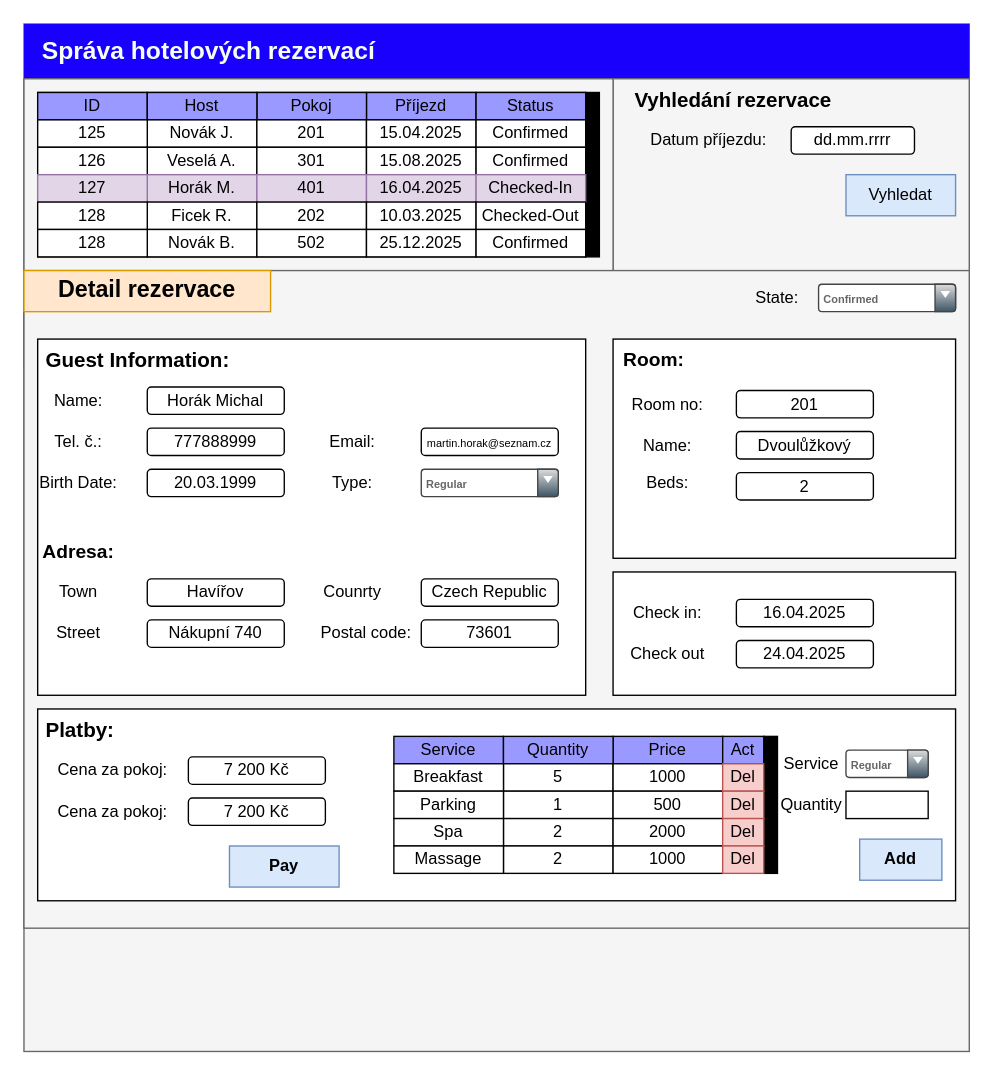
Above: 4_semestr/DS 2/projekt/formular.drawio in elsnoxx/VSB (draw.io), before the change. Source tidied: cells renumbered, new cells numbered last; positions are measured from the earlier drawing's top-left corner, leaving out a move shared by most shapes. Both pictures are drawn from the tidied source at 137%, with x=0, y=0 at pixel (23, 23).
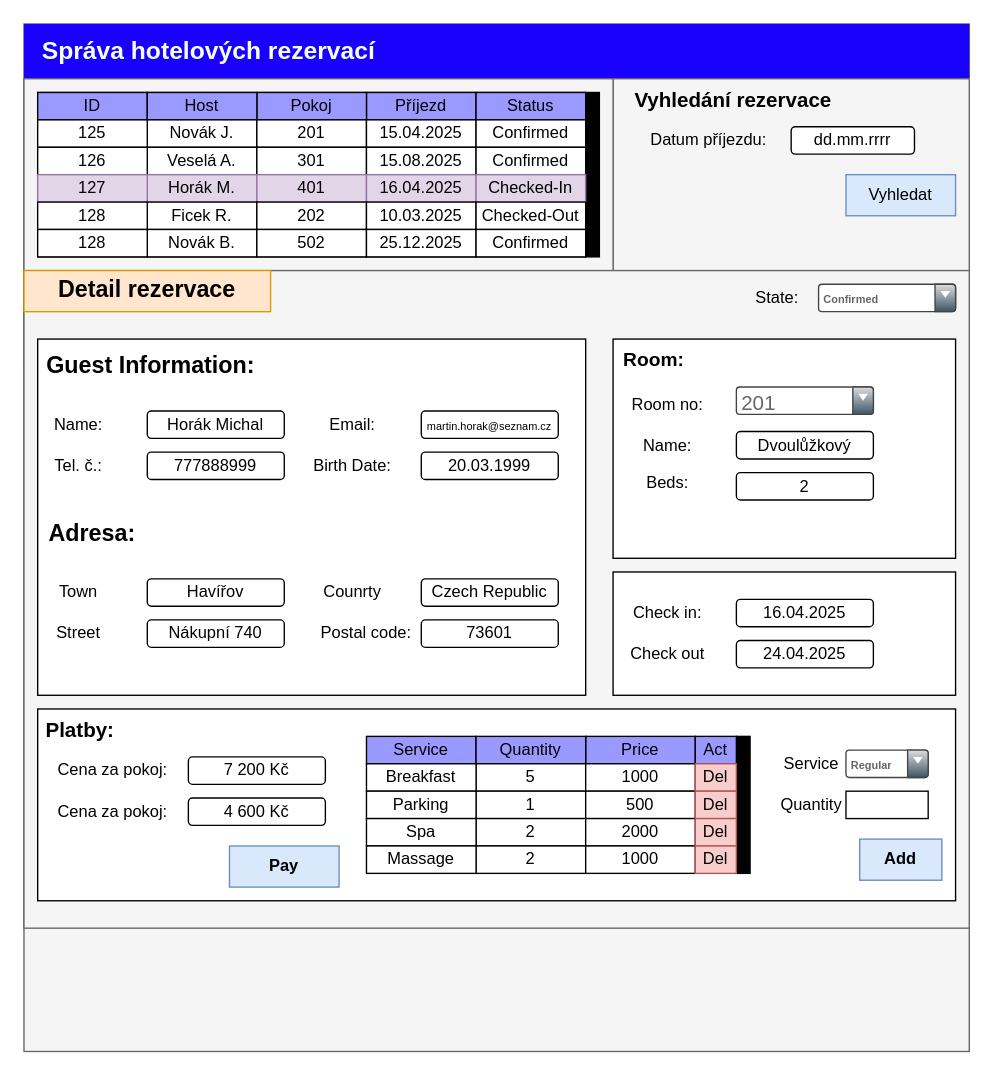
Above is the later version.

What changed in the source:
```diff
@@
-    <mxCell id="49" value="&lt;font style=&quot;font-size: 15px;&quot;&gt;&lt;b&gt;&amp;nbsp;Guest Information:&lt;/b&gt;&lt;/font&gt;" style="text;html=1;align=left;verticalAlign=middle;whiteSpace=wrap;rounded=0;" parent="1" vertex="1">
-      <mxGeometry x="10" y="230" width="200" height="30" as="geometry" />
+    <mxCell id="49" value="&lt;font style=&quot;font-size: 17px;&quot;&gt;&lt;b style=&quot;&quot;&gt;&amp;nbsp;Guest Information:&lt;/b&gt;&lt;/font&gt;" style="text;html=1;align=left;verticalAlign=middle;whiteSpace=wrap;rounded=0;" parent="1" vertex="1">
+      <mxGeometry x="10" y="235" width="200" height="30" as="geometry" />
     </mxCell>
-    <mxCell id="50" value="&lt;b&gt;Adresa:&lt;/b&gt;" style="text;html=1;align=center;verticalAlign=middle;whiteSpace=wrap;rounded=0;fontSize=14;" parent="1" vertex="1">
-      <mxGeometry x="10" y="370" width="60" height="30" as="geometry" />
+    <mxCell id="50" value="&lt;b&gt;&lt;font style=&quot;font-size: 17px;&quot;&gt;Adresa:&lt;/font&gt;&lt;/b&gt;" style="text;html=1;align=center;verticalAlign=middle;whiteSpace=wrap;rounded=0;fontSize=14;" parent="1" vertex="1">
+      <mxGeometry x="10" y="355" width="80" height="35" as="geometry" />
     </mxCell>
     <mxCell id="51" value="Tel. č.:" style="text;html=1;align=center;verticalAlign=middle;whiteSpace=wrap;rounded=0;" parent="1" vertex="1">
-      <mxGeometry x="10" y="290" width="60" height="30" as="geometry" />
+      <mxGeometry x="10" y="307.5" width="60" height="30" as="geometry" />
     </mxCell>
     <mxCell id="52" value="Name:" style="text;html=1;align=center;verticalAlign=middle;whiteSpace=wrap;rounded=0;" parent="1" vertex="1">
-      <mxGeometry x="10" y="260" width="60" height="30" as="geometry" />
+      <mxGeometry x="10" y="277.5" width="60" height="30" as="geometry" />
     </mxCell>
     <mxCell id="53" value="Email:" style="text;html=1;align=center;verticalAlign=middle;whiteSpace=wrap;rounded=0;" parent="1" vertex="1">
-      <mxGeometry x="210" y="290" width="60" height="30" as="geometry" />
+      <mxGeometry x="210" y="277.5" width="60" height="30" as="geometry" />
     </mxCell>
     <mxCell id="54" value="Birth Date:" style="text;html=1;align=center;verticalAlign=middle;whiteSpace=wrap;rounded=0;" parent="1" vertex="1">
-      <mxGeometry x="10" y="320" width="60" height="30" as="geometry" />
+      <mxGeometry x="210" y="307.5" width="60" height="30" as="geometry" />
     </mxCell>
-    <mxCell id="55" value="Type:" style="text;html=1;align=center;verticalAlign=middle;whiteSpace=wrap;rounded=0;" parent="1" vertex="1">
-      <mxGeometry x="210" y="320" width="60" height="30" as="geometry" />
-    </mxCell>
-    <mxCell id="56" value="&lt;b&gt;Regular&lt;/b&gt;" style="strokeWidth=1;html=1;shadow=0;dashed=0;shape=mxgraph.ios.iComboBox;spacingTop=2;spacingLeft=2;align=left;strokeColor=#444444;fontColor=#666666;buttonText=;fontSize=8;fillColor=#dddddd;fillColor2=#3D5565;sketch=0;whiteSpace=wrap;" parent="1" vertex="1">
-      <mxGeometry x="290" y="325" width="100" height="20" as="geometry" />
-    </mxCell>
     <mxCell id="57" value="20.03.1999" style="rounded=1;whiteSpace=wrap;html=1;" parent="1" vertex="1">
-      <mxGeometry x="90" y="325" width="100" height="20" as="geometry" />
+      <mxGeometry x="290" y="312.5" width="100" height="20" as="geometry" />
     </mxCell>
     <mxCell id="58" value="&lt;font style=&quot;font-size: 8px;&quot;&gt;martin.horak@seznam.cz&lt;/font&gt;" style="rounded=1;whiteSpace=wrap;html=1;" parent="1" vertex="1">
-      <mxGeometry x="290" y="295" width="100" height="20" as="geometry" />
+      <mxGeometry x="290" y="282.5" width="100" height="20" as="geometry" />
     </mxCell>
     <mxCell id="59" value="777888999" style="rounded=1;whiteSpace=wrap;html=1;" parent="1" vertex="1">
-      <mxGeometry x="90" y="295" width="100" height="20" as="geometry" />
+      <mxGeometry x="90" y="312.5" width="100" height="20" as="geometry" />
     </mxCell>
@@
     <mxCell id="61" value="Horák Michal" style="rounded=1;whiteSpace=wrap;html=1;" parent="1" vertex="1">
-      <mxGeometry x="90" y="265" width="100" height="20" as="geometry" />
+      <mxGeometry x="90" y="282.5" width="100" height="20" as="geometry" />
     </mxCell>
@@
-    <mxCell id="72" value="201" style="rounded=1;whiteSpace=wrap;html=1;" parent="1" vertex="1">
-      <mxGeometry x="520" y="267.5" width="100" height="20" as="geometry" />
-    </mxCell>
@@
     <mxCell id="87" value="Service" style="rounded=0;whiteSpace=wrap;html=1;strokeColor=#000000;fillColor=#9999FF;" parent="1" vertex="1">
-      <mxGeometry x="270" y="520" width="80" height="20" as="geometry" />
+      <mxGeometry x="250" y="520" width="80" height="20" as="geometry" />
     </mxCell>
     <mxCell id="88" value="Price" style="rounded=0;whiteSpace=wrap;html=1;strokeColor=#000000;fillColor=#9999FF;" parent="1" vertex="1">
-      <mxGeometry x="430" y="520" width="80" height="20" as="geometry" />
+      <mxGeometry x="410" y="520" width="80" height="20" as="geometry" />
     </mxCell>
     <mxCell id="89" value="Quantity" style="rounded=0;whiteSpace=wrap;html=1;strokeColor=#000000;fillColor=#9999FF;" parent="1" vertex="1">
-      <mxGeometry x="350" y="520" width="80" height="20" as="geometry" />
+      <mxGeometry x="330" y="520" width="80" height="20" as="geometry" />
     </mxCell>
     <mxCell id="90" value="5" style="rounded=0;whiteSpace=wrap;html=1;" parent="1" vertex="1">
-      <mxGeometry x="350" y="540" width="80" height="20" as="geometry" />
+      <mxGeometry x="330" y="540" width="80" height="20" as="geometry" />
     </mxCell>
     <mxCell id="91" value="1000" style="rounded=0;whiteSpace=wrap;html=1;" parent="1" vertex="1">
-      <mxGeometry x="430" y="540" width="80" height="20" as="geometry" />
+      <mxGeometry x="410" y="540" width="80" height="20" as="geometry" />
     </mxCell>
     <mxCell id="92" value="Breakfast" style="rounded=0;whiteSpace=wrap;html=1;" parent="1" vertex="1">
-      <mxGeometry x="270" y="540" width="80" height="20" as="geometry" />
+      <mxGeometry x="250" y="540" width="80" height="20" as="geometry" />
     </mxCell>
     <mxCell id="93" value="1" style="rounded=0;whiteSpace=wrap;html=1;" parent="1" vertex="1">
-      <mxGeometry x="350" y="560" width="80" height="20" as="geometry" />
+      <mxGeometry x="330" y="560" width="80" height="20" as="geometry" />
     </mxCell>
     <mxCell id="94" value="500" style="rounded=0;whiteSpace=wrap;html=1;" parent="1" vertex="1">
-      <mxGeometry x="430" y="560" width="80" height="20" as="geometry" />
+      <mxGeometry x="410" y="560" width="80" height="20" as="geometry" />
     </mxCell>
     <mxCell id="95" value="Parking" style="rounded=0;whiteSpace=wrap;html=1;" parent="1" vertex="1">
-      <mxGeometry x="270" y="560" width="80" height="20" as="geometry" />
+      <mxGeometry x="250" y="560" width="80" height="20" as="geometry" />
     </mxCell>
     <mxCell id="96" value="2" style="rounded=0;whiteSpace=wrap;html=1;" parent="1" vertex="1">
-      <mxGeometry x="350" y="580" width="80" height="20" as="geometry" />
+      <mxGeometry x="330" y="580" width="80" height="20" as="geometry" />
     </mxCell>
     <mxCell id="97" value="2000" style="rounded=0;whiteSpace=wrap;html=1;" parent="1" vertex="1">
-      <mxGeometry x="430" y="580" width="80" height="20" as="geometry" />
+      <mxGeometry x="410" y="580" width="80" height="20" as="geometry" />
     </mxCell>
     <mxCell id="98" value="Spa" style="rounded=0;whiteSpace=wrap;html=1;" parent="1" vertex="1">
-      <mxGeometry x="270" y="580" width="80" height="20" as="geometry" />
+      <mxGeometry x="250" y="580" width="80" height="20" as="geometry" />
     </mxCell>
     <mxCell id="99" value="2" style="rounded=0;whiteSpace=wrap;html=1;" parent="1" vertex="1">
-      <mxGeometry x="350" y="600" width="80" height="20" as="geometry" />
+      <mxGeometry x="330" y="600" width="80" height="20" as="geometry" />
     </mxCell>
     <mxCell id="100" value="1000" style="rounded=0;whiteSpace=wrap;html=1;" parent="1" vertex="1">
-      <mxGeometry x="430" y="600" width="80" height="20" as="geometry" />
+      <mxGeometry x="410" y="600" width="80" height="20" as="geometry" />
     </mxCell>
     <mxCell id="101" value="Massage" style="rounded=0;whiteSpace=wrap;html=1;" parent="1" vertex="1">
-      <mxGeometry x="270" y="600" width="80" height="20" as="geometry" />
+      <mxGeometry x="250" y="600" width="80" height="20" as="geometry" />
     </mxCell>
     <mxCell id="102" style="rounded=0;whiteSpace=wrap;html=1;fillColor=#000000;" parent="1" vertex="1">
-      <mxGeometry x="540" y="520" width="10" height="100" as="geometry" />
+      <mxGeometry x="520" y="520" width="10" height="100" as="geometry" />
     </mxCell>
-    <mxCell id="103" value="7 200 Kč" style="rounded=1;whiteSpace=wrap;html=1;" parent="1" vertex="1">
+    <mxCell id="103" value="4 600 Kč" style="rounded=1;whiteSpace=wrap;html=1;" parent="1" vertex="1">
       <mxGeometry x="120" y="565" width="100" height="20" as="geometry" />
     </mxCell>
@@
     <mxCell id="110" value="Act" style="rounded=0;whiteSpace=wrap;html=1;strokeColor=#000000;fillColor=#9999FF;" parent="1" vertex="1">
-      <mxGeometry x="510" y="520" width="30" height="20" as="geometry" />
+      <mxGeometry x="490" y="520" width="30" height="20" as="geometry" />
     </mxCell>
     <mxCell id="111" value="Del" style="rounded=0;whiteSpace=wrap;html=1;fillColor=#f8cecc;strokeColor=#b85450;" parent="1" vertex="1">
-      <mxGeometry x="510" y="540" width="30" height="20" as="geometry" />
+      <mxGeometry x="490" y="540" width="30" height="20" as="geometry" />
     </mxCell>
     <mxCell id="112" value="Del" style="rounded=0;whiteSpace=wrap;html=1;fillColor=#f8cecc;strokeColor=#b85450;" parent="1" vertex="1">
-      <mxGeometry x="510" y="560" width="30" height="20" as="geometry" />
+      <mxGeometry x="490" y="560" width="30" height="20" as="geometry" />
     </mxCell>
     <mxCell id="113" value="Del" style="rounded=0;whiteSpace=wrap;html=1;fillColor=#f8cecc;strokeColor=#b85450;" parent="1" vertex="1">
-      <mxGeometry x="510" y="580" width="30" height="20" as="geometry" />
+      <mxGeometry x="490" y="580" width="30" height="20" as="geometry" />
     </mxCell>
     <mxCell id="114" value="Del" style="rounded=0;whiteSpace=wrap;html=1;fillColor=#f8cecc;strokeColor=#b85450;" parent="1" vertex="1">
-      <mxGeometry x="510" y="600" width="30" height="20" as="geometry" />
+      <mxGeometry x="490" y="600" width="30" height="20" as="geometry" />
     </mxCell>
+    <mxCell id="72" value="&lt;font style=&quot;font-size: 15px;&quot;&gt;201&lt;/font&gt;" style="strokeWidth=1;html=1;shadow=0;dashed=0;shape=mxgraph.ios.iComboBox;spacingTop=2;spacingLeft=2;align=left;strokeColor=#444444;fontColor=#666666;buttonText=;fontSize=8;fillColor=#dddddd;fillColor2=#3D5565;sketch=0;whiteSpace=wrap;" parent="1" vertex="1">
+      <mxGeometry x="520" y="265" width="100" height="20" as="geometry" />
+    </mxCell>
```
